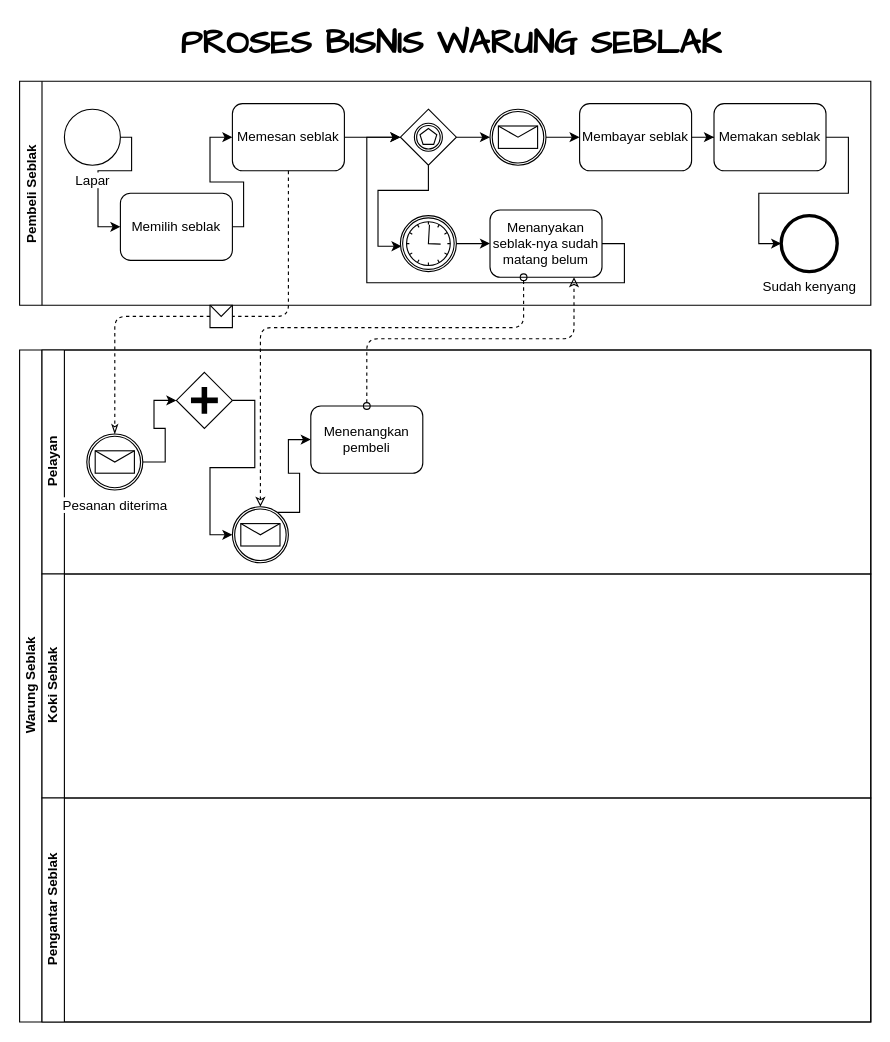
This is Tugas/BPMN5.drawio from kucingtakucin/Proses-Bisnis-dan-SIM, a draw.io file, before an edit. Source tidied: cells renumbered, new cells numbered last; positions are measured from the earlier drawing's top-left corner, leaving out a move shared by most shapes. Both pictures are drawn from the tidied source at 112%, with x=0, y=0 at pixel (19, 25).
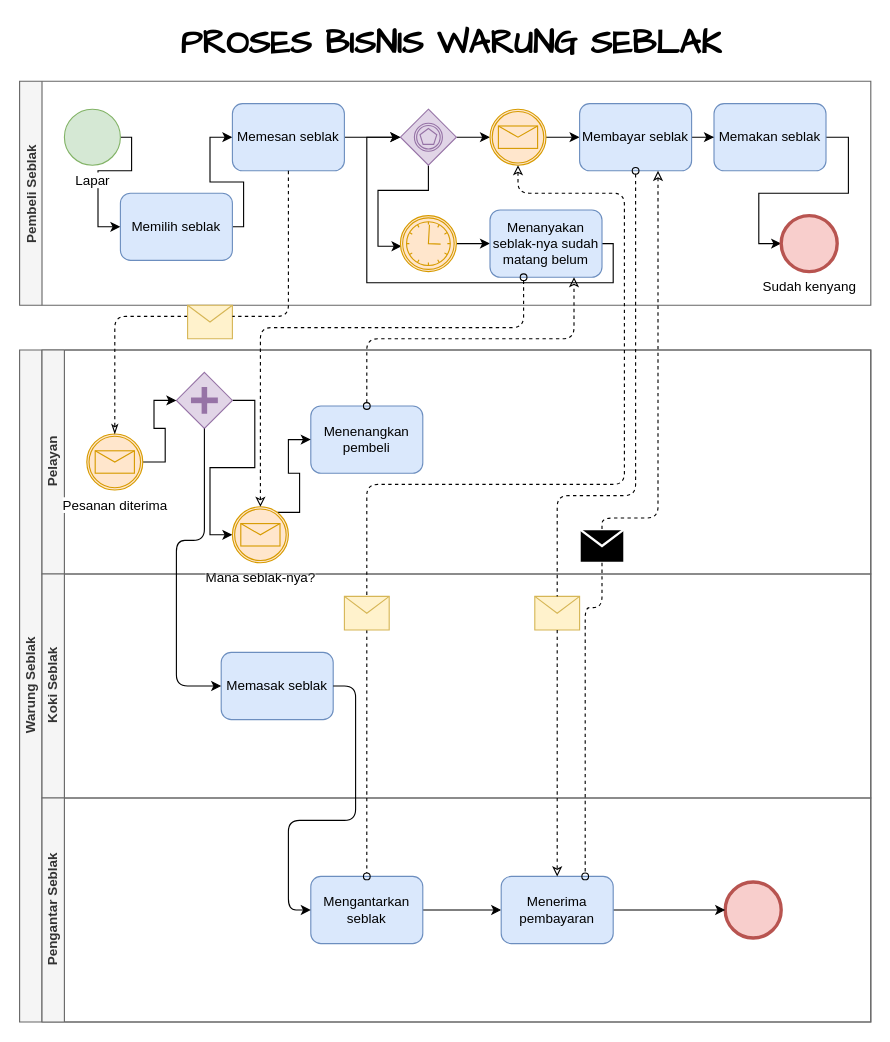
The same page after the edit.

Diff of the diagram source:
```diff
@@
-    <mxCell id="3" value="Pembeli Seblak" style="swimlane;startSize=20;horizontal=0;" parent="1" vertex="1">
+    <mxCell id="3" value="Pembeli Seblak" style="swimlane;startSize=20;horizontal=0;fillColor=#f5f5f5;strokeColor=#666666;fontColor=#333333;" parent="1" vertex="1">
       <mxGeometry y="50" width="760" height="200" as="geometry" />
     </mxCell>
@@
-    <mxCell id="5" value="Lapar" style="shape=mxgraph.bpmn.shape;html=1;verticalLabelPosition=bottom;labelBackgroundColor=#ffffff;verticalAlign=top;align=center;perimeter=ellipsePerimeter;outlineConnect=0;outline=standard;symbol=general;" parent="3" vertex="1">
+    <mxCell id="5" value="Lapar" style="shape=mxgraph.bpmn.shape;html=1;verticalLabelPosition=bottom;labelBackgroundColor=#ffffff;verticalAlign=top;align=center;perimeter=ellipsePerimeter;outlineConnect=0;outline=standard;symbol=general;fillColor=#d5e8d4;strokeColor=#82b366;" parent="3" vertex="1">
       <mxGeometry x="40" y="25" width="50" height="50" as="geometry" />
     </mxCell>
@@
-    <mxCell id="7" value="Memilih seblak" style="shape=ext;rounded=1;html=1;whiteSpace=wrap;" parent="3" vertex="1">
+    <mxCell id="7" value="Memilih seblak" style="shape=ext;rounded=1;html=1;whiteSpace=wrap;fillColor=#dae8fc;strokeColor=#6c8ebf;" parent="3" vertex="1">
       <mxGeometry x="90" y="100" width="100" height="60" as="geometry" />
     </mxCell>
@@
-    <mxCell id="9" value="Memesan seblak" style="shape=ext;rounded=1;html=1;whiteSpace=wrap;" parent="3" vertex="1">
+    <mxCell id="9" value="Memesan seblak" style="shape=ext;rounded=1;html=1;whiteSpace=wrap;fillColor=#dae8fc;strokeColor=#6c8ebf;" parent="3" vertex="1">
       <mxGeometry x="190" y="20" width="100" height="60" as="geometry" />
     </mxCell>
@@
-    <mxCell id="12" style="shape=mxgraph.bpmn.shape;html=1;verticalLabelPosition=bottom;labelBackgroundColor=#ffffff;verticalAlign=top;align=center;perimeter=rhombusPerimeter;background=gateway;outlineConnect=0;outline=boundInt;symbol=multiple;" parent="3" vertex="1">
+    <mxCell id="12" style="shape=mxgraph.bpmn.shape;html=1;verticalLabelPosition=bottom;labelBackgroundColor=#ffffff;verticalAlign=top;align=center;perimeter=rhombusPerimeter;background=gateway;outlineConnect=0;outline=boundInt;symbol=multiple;fillColor=#e1d5e7;strokeColor=#9673a6;" parent="3" vertex="1">
       <mxGeometry x="340" y="25" width="50" height="50" as="geometry" />
     </mxCell>
@@
-    <mxCell id="14" style="shape=mxgraph.bpmn.shape;html=1;verticalLabelPosition=bottom;labelBackgroundColor=#ffffff;verticalAlign=top;align=center;perimeter=ellipsePerimeter;outlineConnect=0;outline=boundInt;symbol=timer;" parent="3" vertex="1">
+    <mxCell id="14" style="shape=mxgraph.bpmn.shape;html=1;verticalLabelPosition=bottom;labelBackgroundColor=#ffffff;verticalAlign=top;align=center;perimeter=ellipsePerimeter;outlineConnect=0;outline=boundInt;symbol=timer;fillColor=#ffe6cc;strokeColor=#d79b00;" parent="3" vertex="1">
       <mxGeometry x="340" y="120" width="50" height="50" as="geometry" />
     </mxCell>
@@
-    <mxCell id="16" style="shape=mxgraph.bpmn.shape;html=1;verticalLabelPosition=bottom;labelBackgroundColor=#ffffff;verticalAlign=top;align=center;perimeter=ellipsePerimeter;outlineConnect=0;outline=catching;symbol=message;" parent="3" vertex="1">
+    <mxCell id="16" style="shape=mxgraph.bpmn.shape;html=1;verticalLabelPosition=bottom;labelBackgroundColor=#ffffff;verticalAlign=top;align=center;perimeter=ellipsePerimeter;outlineConnect=0;outline=catching;symbol=message;fillColor=#ffe6cc;strokeColor=#d79b00;" parent="3" vertex="1">
       <mxGeometry x="420" y="25" width="50" height="50" as="geometry" />
     </mxCell>
@@
-    <mxCell id="18" value="Membayar seblak" style="shape=ext;rounded=1;html=1;whiteSpace=wrap;" parent="3" vertex="1">
+    <mxCell id="18" value="Membayar seblak" style="shape=ext;rounded=1;html=1;whiteSpace=wrap;fillColor=#dae8fc;strokeColor=#6c8ebf;" parent="3" vertex="1">
       <mxGeometry x="500" y="20" width="100" height="60" as="geometry" />
     </mxCell>
@@
-    <mxCell id="20" value="Memakan seblak" style="shape=ext;rounded=1;html=1;whiteSpace=wrap;" parent="3" vertex="1">
+    <mxCell id="20" value="Memakan seblak" style="shape=ext;rounded=1;html=1;whiteSpace=wrap;fillColor=#dae8fc;strokeColor=#6c8ebf;" parent="3" vertex="1">
       <mxGeometry x="620" y="20" width="100" height="60" as="geometry" />
     </mxCell>
-    <mxCell id="21" value="Sudah kenyang" style="shape=mxgraph.bpmn.shape;html=1;verticalLabelPosition=bottom;labelBackgroundColor=#ffffff;verticalAlign=top;align=center;perimeter=ellipsePerimeter;outlineConnect=0;outline=end;symbol=general;" parent="3" vertex="1">
+    <mxCell id="21" value="Sudah kenyang" style="shape=mxgraph.bpmn.shape;html=1;verticalLabelPosition=bottom;labelBackgroundColor=#ffffff;verticalAlign=top;align=center;perimeter=ellipsePerimeter;outlineConnect=0;outline=end;symbol=general;fillColor=#f8cecc;strokeColor=#b85450;" parent="3" vertex="1">
       <mxGeometry x="680" y="120" width="50" height="50" as="geometry" />
     </mxCell>
     <mxCell id="22" style="edgeStyle=orthogonalEdgeStyle;rounded=0;jettySize=auto;html=1;entryX=0;entryY=0.5;entryDx=0;entryDy=0;exitX=1;exitY=0.5;exitDx=0;exitDy=0;" parent="3" edge="1" source="23" target="12">
       <mxGeometry relative="1" as="geometry">
         <Array as="points">
-          <mxPoint x="540" y="145" />
-          <mxPoint x="540" y="180" />
+          <mxPoint x="530" y="145" />
+          <mxPoint x="530" y="180" />
           <mxPoint x="310" y="180" />
           <mxPoint x="310" y="50" />
         </Array>
       </mxGeometry>
     </mxCell>
-    <mxCell id="23" value="Menanyakan seblak-nya sudah matang belum" style="shape=ext;rounded=1;html=1;whiteSpace=wrap;" parent="3" vertex="1">
+    <mxCell id="23" value="Menanyakan seblak-nya sudah matang belum" style="shape=ext;rounded=1;html=1;whiteSpace=wrap;fillColor=#dae8fc;strokeColor=#6c8ebf;" parent="3" vertex="1">
       <mxGeometry x="420" y="115" width="100" height="60" as="geometry" />
     </mxCell>
-    <mxCell id="24" value="Warung Seblak" style="swimlane;html=1;horizontal=0;startSize=20;" parent="1" vertex="1">
+    <mxCell id="24" value="Warung Seblak" style="swimlane;html=1;horizontal=0;startSize=20;fillColor=#f5f5f5;strokeColor=#666666;fontColor=#333333;" parent="1" vertex="1">
       <mxGeometry y="290" width="760" height="600" as="geometry" />
     </mxCell>
-    <mxCell id="25" value="Pelayan" style="swimlane;html=1;startSize=20;horizontal=0;" parent="24" vertex="1">
+    <mxCell id="25" value="Pelayan" style="swimlane;html=1;startSize=20;horizontal=0;fillColor=#f5f5f5;strokeColor=#666666;fontColor=#333333;" parent="24" vertex="1">
       <mxGeometry x="20" width="740" height="200" as="geometry" />
     </mxCell>
@@
-    <mxCell id="27" style="shape=mxgraph.bpmn.shape;html=1;verticalLabelPosition=bottom;labelBackgroundColor=#ffffff;verticalAlign=top;align=center;perimeter=rhombusPerimeter;background=gateway;outlineConnect=0;outline=none;symbol=parallelGw;" parent="25" vertex="1">
+    <mxCell id="27" style="shape=mxgraph.bpmn.shape;html=1;verticalLabelPosition=bottom;labelBackgroundColor=#ffffff;verticalAlign=top;align=center;perimeter=rhombusPerimeter;background=gateway;outlineConnect=0;outline=none;symbol=parallelGw;fillColor=#e1d5e7;strokeColor=#9673a6;" parent="25" vertex="1">
       <mxGeometry x="120" y="20" width="50" height="50" as="geometry" />
     </mxCell>
-    <mxCell id="28" value="Menenangkan pembeli" style="shape=ext;rounded=1;html=1;whiteSpace=wrap;" parent="25" vertex="1">
+    <mxCell id="28" value="Menenangkan pembeli" style="shape=ext;rounded=1;html=1;whiteSpace=wrap;fillColor=#dae8fc;strokeColor=#6c8ebf;" parent="25" vertex="1">
       <mxGeometry x="240" y="50" width="100" height="60" as="geometry" />
     </mxCell>
@@
-    <mxCell id="30" value="Pesanan diterima" style="shape=mxgraph.bpmn.shape;html=1;verticalLabelPosition=bottom;labelBackgroundColor=#ffffff;verticalAlign=top;align=center;perimeter=ellipsePerimeter;outlineConnect=0;outline=boundInt;symbol=message;" parent="25" vertex="1">
+    <mxCell id="30" value="Pesanan diterima" style="shape=mxgraph.bpmn.shape;html=1;verticalLabelPosition=bottom;labelBackgroundColor=#ffffff;verticalAlign=top;align=center;perimeter=ellipsePerimeter;outlineConnect=0;outline=boundInt;symbol=message;fillColor=#ffe6cc;strokeColor=#d79b00;" parent="25" vertex="1">
       <mxGeometry x="40" y="75" width="50" height="50" as="geometry" />
     </mxCell>
@@
-    <mxCell id="32" style="shape=mxgraph.bpmn.shape;html=1;verticalLabelPosition=bottom;labelBackgroundColor=#ffffff;verticalAlign=top;align=center;perimeter=ellipsePerimeter;outlineConnect=0;outline=catching;symbol=message;" parent="25" vertex="1">
+    <mxCell id="32" value="Mana seblak-nya?" style="shape=mxgraph.bpmn.shape;html=1;verticalLabelPosition=bottom;labelBackgroundColor=#ffffff;verticalAlign=top;align=center;perimeter=ellipsePerimeter;outlineConnect=0;outline=catching;symbol=message;fillColor=#ffe6cc;strokeColor=#d79b00;" parent="25" vertex="1">
       <mxGeometry x="170" y="140" width="50" height="50" as="geometry" />
     </mxCell>
+    <mxCell id="40" style="shape=message;whiteSpace=wrap;html=1;outlineConnect=0;fillColor=#000000;strokeColor=#ffffff;strokeWidth=2;" parent="25" vertex="1">
+      <mxGeometry x="480" y="160" width="40" height="30" as="geometry" />
+    </mxCell>
-    <mxCell id="33" value="Koki Seblak" style="swimlane;html=1;startSize=20;horizontal=0;" parent="24" vertex="1">
+    <mxCell id="33" value="Koki Seblak" style="swimlane;html=1;startSize=20;horizontal=0;fillColor=#f5f5f5;strokeColor=#666666;fontColor=#333333;" parent="24" vertex="1">
       <mxGeometry x="20" y="200" width="740" height="200" as="geometry" />
     </mxCell>
+    <mxCell id="41" style="shape=message;whiteSpace=wrap;html=1;outlineConnect=0;fillColor=#fff2cc;strokeColor=#d6b656;" parent="33" vertex="1">
+      <mxGeometry x="440" y="20" width="40" height="30" as="geometry" />
+    </mxCell>
+    <mxCell id="42" value="Memasak seblak" style="shape=ext;rounded=1;html=1;whiteSpace=wrap;fillColor=#dae8fc;strokeColor=#6c8ebf;" parent="33" vertex="1">
+      <mxGeometry x="160" y="70" width="100" height="60" as="geometry" />
+    </mxCell>
-    <mxCell id="34" value="Pengantar Seblak" style="swimlane;html=1;startSize=20;horizontal=0;" parent="24" vertex="1">
+    <mxCell id="34" value="Pengantar Seblak" style="swimlane;html=1;startSize=20;horizontal=0;fillColor=#f5f5f5;strokeColor=#666666;fontColor=#333333;" parent="24" vertex="1">
       <mxGeometry x="20" y="400" width="740" height="200" as="geometry" />
     </mxCell>
+    <mxCell id="43" style="shape=mxgraph.bpmn.shape;html=1;verticalLabelPosition=bottom;labelBackgroundColor=#ffffff;verticalAlign=top;align=center;perimeter=ellipsePerimeter;outlineConnect=0;outline=end;symbol=general;fillColor=#f8cecc;strokeColor=#b85450;" parent="34" vertex="1">
+      <mxGeometry x="610" y="75" width="50" height="50" as="geometry" />
+    </mxCell>
+    <mxCell id="44" style="edgeStyle=orthogonalEdgeStyle;rounded=1;sketch=0;jettySize=auto;html=1;startArrow=none;startFill=0;endArrow=classic;endFill=1;strokeColor=#000000;" parent="34" edge="1" source="45" target="47">
+      <mxGeometry relative="1" as="geometry" />
+    </mxCell>
+    <mxCell id="45" value="Mengantarkan seblak" style="shape=ext;rounded=1;html=1;whiteSpace=wrap;fillColor=#dae8fc;strokeColor=#6c8ebf;" parent="34" vertex="1">
+      <mxGeometry x="240" y="70" width="100" height="60" as="geometry" />
+    </mxCell>
+    <mxCell id="46" style="edgeStyle=orthogonalEdgeStyle;rounded=1;sketch=0;jettySize=auto;html=1;startArrow=none;startFill=0;endArrow=classic;endFill=1;strokeColor=#000000;" parent="34" edge="1" source="47" target="43">
+      <mxGeometry relative="1" as="geometry" />
+    </mxCell>
+    <mxCell id="47" value="Menerima pembayaran" style="shape=ext;rounded=1;html=1;whiteSpace=wrap;fillColor=#dae8fc;strokeColor=#6c8ebf;" parent="34" vertex="1">
+      <mxGeometry x="410" y="70" width="100" height="60" as="geometry" />
+    </mxCell>
+    <mxCell id="48" style="edgeStyle=orthogonalEdgeStyle;rounded=1;sketch=0;jettySize=auto;html=1;entryX=0;entryY=0.5;entryDx=0;entryDy=0;startArrow=none;startFill=0;endArrow=classic;endFill=1;strokeColor=#000000;" parent="24" edge="1" source="27" target="42">
+      <mxGeometry relative="1" as="geometry">
+        <Array as="points">
+          <mxPoint x="165" y="170" />
+          <mxPoint x="140" y="170" />
+          <mxPoint x="140" y="300" />
+        </Array>
+      </mxGeometry>
+    </mxCell>
+    <mxCell id="49" style="edgeStyle=orthogonalEdgeStyle;rounded=1;sketch=0;jettySize=auto;html=1;entryX=0.75;entryY=0;entryDx=0;entryDy=0;dashed=1;startArrow=none;startFill=0;endArrow=oval;endFill=0;strokeColor=#000000;exitX=0.5;exitY=1;exitDx=0;exitDy=0;" parent="24" edge="1" source="40" target="47">
+      <mxGeometry relative="1" as="geometry">
+        <Array as="points">
+          <mxPoint x="520" y="230" />
+          <mxPoint x="505" y="230" />
+        </Array>
+      </mxGeometry>
+    </mxCell>
+    <mxCell id="50" style="edgeStyle=orthogonalEdgeStyle;rounded=1;sketch=0;jettySize=auto;html=1;entryX=0;entryY=0.5;entryDx=0;entryDy=0;startArrow=none;startFill=0;endArrow=classic;endFill=1;strokeColor=#000000;exitX=1;exitY=0.5;exitDx=0;exitDy=0;" parent="24" edge="1" source="42" target="45">
+      <mxGeometry relative="1" as="geometry">
+        <Array as="points">
+          <mxPoint x="300" y="300" />
+          <mxPoint x="300" y="420" />
+          <mxPoint x="240" y="420" />
+          <mxPoint x="240" y="500" />
+        </Array>
+      </mxGeometry>
+    </mxCell>
+    <mxCell id="51" style="edgeStyle=orthogonalEdgeStyle;rounded=1;sketch=0;jettySize=auto;html=1;dashed=1;startArrow=none;startFill=0;endArrow=classic;endFill=0;strokeColor=#000000;exitX=0.5;exitY=1;exitDx=0;exitDy=0;" parent="24" edge="1" source="41" target="47">
+      <mxGeometry relative="1" as="geometry">
+        <Array as="points">
+          <mxPoint x="480" y="300" />
+          <mxPoint x="480" y="300" />
+        </Array>
+      </mxGeometry>
+    </mxCell>
@@
-    <mxCell id="36" style="shape=message;whiteSpace=wrap;html=1;outlineConnect=0;" parent="1" vertex="1">
-      <mxGeometry x="170" y="250" width="20" height="20" as="geometry" />
+    <mxCell id="36" style="shape=message;whiteSpace=wrap;html=1;outlineConnect=0;fillColor=#fff2cc;strokeColor=#d6b656;" parent="1" vertex="1">
+      <mxGeometry x="150" y="250" width="40" height="30" as="geometry" />
     </mxCell>
@@
+    <mxCell id="52" style="edgeStyle=orthogonalEdgeStyle;rounded=1;sketch=0;jettySize=auto;html=1;startArrow=none;startFill=0;endArrow=oval;endFill=0;strokeColor=#000000;exitX=0.5;exitY=1;exitDx=0;exitDy=0;dashed=1;" parent="1" edge="1" source="55" target="45">
+      <mxGeometry relative="1" as="geometry">
+        <Array as="points">
+          <mxPoint x="310" y="590" />
+          <mxPoint x="310" y="590" />
+        </Array>
+      </mxGeometry>
+    </mxCell>
+    <mxCell id="53" style="edgeStyle=orthogonalEdgeStyle;rounded=1;sketch=0;jettySize=auto;html=1;dashed=1;startArrow=oval;startFill=0;endArrow=none;endFill=0;strokeColor=#000000;" parent="1" edge="1" source="18" target="41">
+      <mxGeometry relative="1" as="geometry">
+        <Array as="points">
+          <mxPoint x="550" y="420" />
+          <mxPoint x="480" y="420" />
+        </Array>
+      </mxGeometry>
+    </mxCell>
+    <mxCell id="54" style="edgeStyle=orthogonalEdgeStyle;rounded=1;sketch=0;jettySize=auto;html=1;entryX=0.5;entryY=0;entryDx=0;entryDy=0;dashed=1;startArrow=classic;startFill=0;endArrow=none;endFill=0;strokeColor=#000000;" parent="1" edge="1" source="18" target="40">
+      <mxGeometry relative="1" as="geometry">
+        <Array as="points">
+          <mxPoint x="570" y="440" />
+          <mxPoint x="520" y="440" />
+        </Array>
+      </mxGeometry>
+    </mxCell>
+    <mxCell id="55" style="shape=message;whiteSpace=wrap;html=1;outlineConnect=0;fillColor=#fff2cc;strokeColor=#d6b656;" parent="1" vertex="1">
+      <mxGeometry x="290" y="510" width="40" height="30" as="geometry" />
+    </mxCell>
+    <mxCell id="56" style="edgeStyle=orthogonalEdgeStyle;rounded=1;sketch=0;jettySize=auto;html=1;startArrow=classic;startFill=0;endArrow=none;endFill=0;strokeColor=#000000;exitX=0.5;exitY=1;exitDx=0;exitDy=0;dashed=1;" parent="1" edge="1" source="16" target="55">
+      <mxGeometry relative="1" as="geometry">
+        <Array as="points">
+          <mxPoint x="445" y="150" />
+          <mxPoint x="540" y="150" />
+          <mxPoint x="540" y="410" />
+          <mxPoint x="310" y="410" />
+        </Array>
+      </mxGeometry>
+    </mxCell>
```
